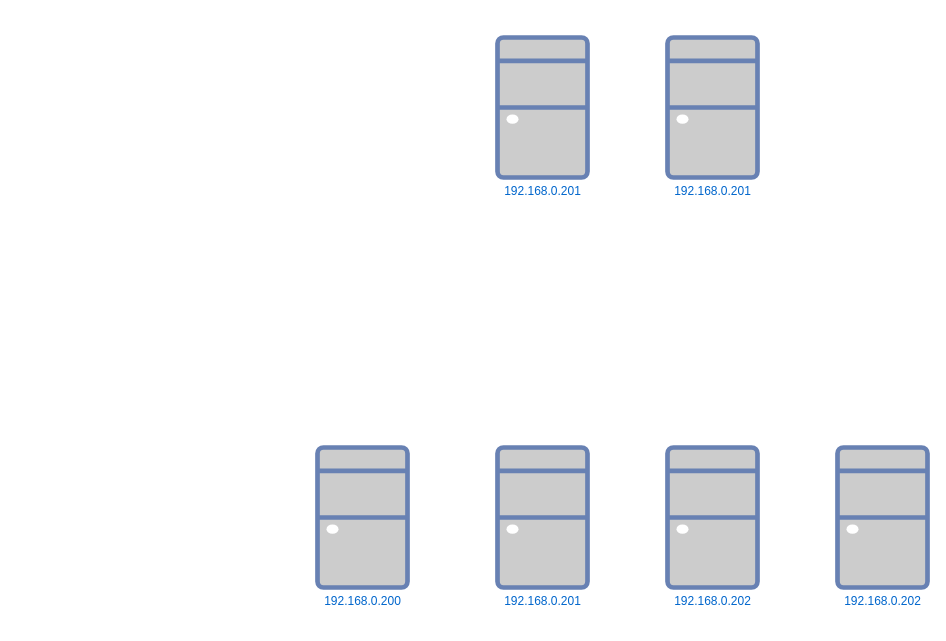
Above: network/负载均衡 keepalived.drawio in LanSeTianYe/draw (draw.io), before the change. Source tidied: cells renumbered, new cells numbered last; positions are measured from the earlier drawing's top-left corner, leaving out a move shared by most shapes. Both pictures are drawn from the tidied source at 100%, with x=0, y=0 at pixel (317, 37).
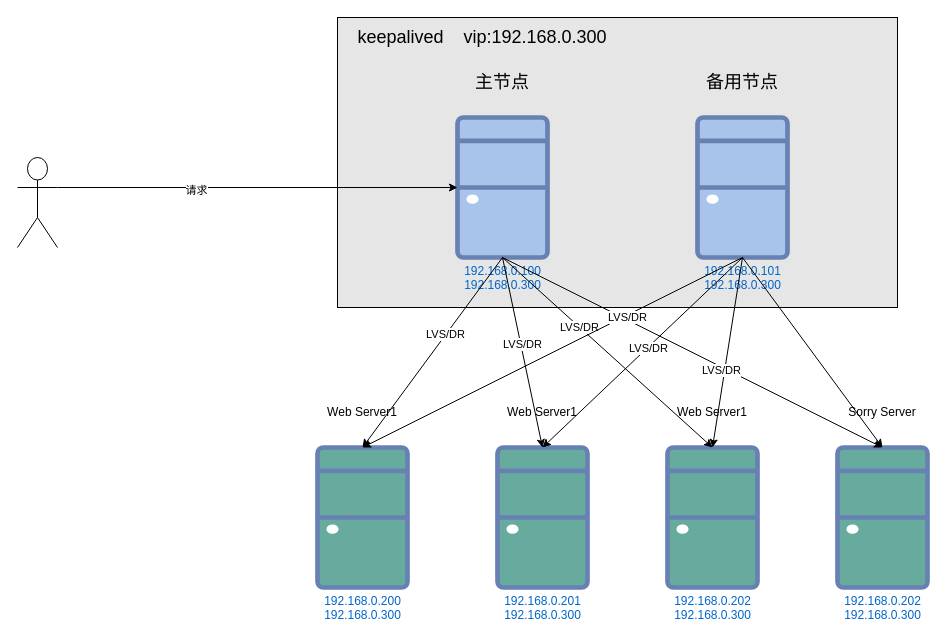
After the change.

Commit message:
更新负载均衡 keepalived.drawio

The edit, as a diff of the source:
```diff
@@
+    <mxCell id="8" style="rounded=0;whiteSpace=wrap;html=1;fillColor=#E6E6E6;" parent="1" vertex="1">
+      <mxGeometry x="20" y="-20" width="560" height="290" as="geometry" />
+    </mxCell>
-    <mxCell id="2" value="192.168.0.200" style="fontColor=#0066CC;verticalAlign=top;verticalLabelPosition=bottom;labelPosition=center;align=center;html=1;outlineConnect=0;fillColor=#CCCCCC;strokeColor=#6881B3;gradientColor=none;gradientDirection=north;strokeWidth=2;shape=mxgraph.networks.desktop_pc;" parent="1" vertex="1">
+    <mxCell id="2" value="192.168.0.200&lt;div&gt;192.168.0.300&lt;/div&gt;" style="fontColor=#0066CC;verticalAlign=top;verticalLabelPosition=bottom;labelPosition=center;align=center;html=1;outlineConnect=0;fillColor=#67AB9F;strokeColor=#6881B3;gradientColor=none;gradientDirection=north;strokeWidth=2;shape=mxgraph.networks.desktop_pc;" parent="1" vertex="1">
       <mxGeometry y="410" width="90" height="140" as="geometry" />
     </mxCell>
-    <mxCell id="3" value="192.168.0.201" style="fontColor=#0066CC;verticalAlign=top;verticalLabelPosition=bottom;labelPosition=center;align=center;html=1;outlineConnect=0;fillColor=#CCCCCC;strokeColor=#6881B3;gradientColor=none;gradientDirection=north;strokeWidth=2;shape=mxgraph.networks.desktop_pc;" parent="1" vertex="1">
+    <mxCell id="3" value="192.168.0.201&lt;div&gt;192.168.0.300&lt;/div&gt;" style="fontColor=#0066CC;verticalAlign=top;verticalLabelPosition=bottom;labelPosition=center;align=center;html=1;outlineConnect=0;fillColor=#67AB9F;strokeColor=#6881B3;gradientColor=none;gradientDirection=north;strokeWidth=2;shape=mxgraph.networks.desktop_pc;" parent="1" vertex="1">
       <mxGeometry x="180" y="410" width="90" height="140" as="geometry" />
     </mxCell>
-    <mxCell id="4" value="192.168.0.202" style="fontColor=#0066CC;verticalAlign=top;verticalLabelPosition=bottom;labelPosition=center;align=center;html=1;outlineConnect=0;fillColor=#CCCCCC;strokeColor=#6881B3;gradientColor=none;gradientDirection=north;strokeWidth=2;shape=mxgraph.networks.desktop_pc;" parent="1" vertex="1">
+    <mxCell id="4" value="192.168.0.202&lt;div&gt;192.168.0.300&lt;/div&gt;" style="fontColor=#0066CC;verticalAlign=top;verticalLabelPosition=bottom;labelPosition=center;align=center;html=1;outlineConnect=0;fillColor=#67AB9F;strokeColor=#6881B3;gradientColor=none;gradientDirection=north;strokeWidth=2;shape=mxgraph.networks.desktop_pc;" parent="1" vertex="1">
       <mxGeometry x="350" y="410" width="90" height="140" as="geometry" />
     </mxCell>
-    <mxCell id="5" value="192.168.0.202" style="fontColor=#0066CC;verticalAlign=top;verticalLabelPosition=bottom;labelPosition=center;align=center;html=1;outlineConnect=0;fillColor=#CCCCCC;strokeColor=#6881B3;gradientColor=none;gradientDirection=north;strokeWidth=2;shape=mxgraph.networks.desktop_pc;" parent="1" vertex="1">
+    <mxCell id="5" value="192.168.0.202&lt;div&gt;192.168.0.300&lt;/div&gt;" style="fontColor=#0066CC;verticalAlign=top;verticalLabelPosition=bottom;labelPosition=center;align=center;html=1;outlineConnect=0;fillColor=#67AB9F;strokeColor=#6881B3;gradientColor=none;gradientDirection=north;strokeWidth=2;shape=mxgraph.networks.desktop_pc;" parent="1" vertex="1">
       <mxGeometry x="520" y="410" width="90" height="140" as="geometry" />
     </mxCell>
-    <mxCell id="6" value="192.168.0.201" style="fontColor=#0066CC;verticalAlign=top;verticalLabelPosition=bottom;labelPosition=center;align=center;html=1;outlineConnect=0;fillColor=#CCCCCC;strokeColor=#6881B3;gradientColor=none;gradientDirection=north;strokeWidth=2;shape=mxgraph.networks.desktop_pc;" parent="1" vertex="1">
-      <mxGeometry x="180" width="90" height="140" as="geometry" />
+    <mxCell id="6" value="192.168.0.100&lt;div&gt;192.168.0.300&lt;/div&gt;" style="fontColor=#0066CC;verticalAlign=top;verticalLabelPosition=bottom;labelPosition=center;align=center;html=1;outlineConnect=0;fillColor=#A9C4EB;strokeColor=#6881B3;gradientColor=none;gradientDirection=north;strokeWidth=2;shape=mxgraph.networks.desktop_pc;" parent="1" vertex="1">
+      <mxGeometry x="140" y="80" width="90" height="140" as="geometry" />
     </mxCell>
-    <mxCell id="7" value="192.168.0.201" style="fontColor=#0066CC;verticalAlign=top;verticalLabelPosition=bottom;labelPosition=center;align=center;html=1;outlineConnect=0;fillColor=#CCCCCC;strokeColor=#6881B3;gradientColor=none;gradientDirection=north;strokeWidth=2;shape=mxgraph.networks.desktop_pc;" parent="1" vertex="1">
-      <mxGeometry x="350" width="90" height="140" as="geometry" />
+    <mxCell id="7" value="192.168.0.101&lt;div&gt;192.168.0.300&lt;/div&gt;" style="fontColor=#0066CC;verticalAlign=top;verticalLabelPosition=bottom;labelPosition=center;align=center;html=1;outlineConnect=0;fillColor=#A9C4EB;strokeColor=#6881B3;gradientColor=none;gradientDirection=north;strokeWidth=2;shape=mxgraph.networks.desktop_pc;" parent="1" vertex="1">
+      <mxGeometry x="380" y="80" width="90" height="140" as="geometry" />
     </mxCell>
+    <mxCell id="9" value="Web Server1" style="text;html=1;align=center;verticalAlign=middle;whiteSpace=wrap;rounded=0;" parent="1" vertex="1">
+      <mxGeometry y="360" width="90" height="30" as="geometry" />
+    </mxCell>
+    <mxCell id="10" value="Web Server1" style="text;html=1;align=center;verticalAlign=middle;whiteSpace=wrap;rounded=0;" parent="1" vertex="1">
+      <mxGeometry x="180" y="360" width="90" height="30" as="geometry" />
+    </mxCell>
+    <mxCell id="11" value="Web Server1" style="text;html=1;align=center;verticalAlign=middle;whiteSpace=wrap;rounded=0;" parent="1" vertex="1">
+      <mxGeometry x="350" y="360" width="90" height="30" as="geometry" />
+    </mxCell>
+    <mxCell id="12" value="Sorry Server" style="text;html=1;align=center;verticalAlign=middle;whiteSpace=wrap;rounded=0;" parent="1" vertex="1">
+      <mxGeometry x="520" y="360" width="90" height="30" as="geometry" />
+    </mxCell>
+    <mxCell id="13" style="edgeStyle=none;rounded=0;jettySize=auto;html=1;exitX=0.5;exitY=1;exitDx=0;exitDy=0;exitPerimeter=0;entryX=0.5;entryY=0;entryDx=0;entryDy=0;entryPerimeter=0;" parent="1" edge="1" source="6" target="2">
+      <mxGeometry relative="1" as="geometry" />
+    </mxCell>
+    <mxCell id="14" value="LVS/DR" style="edgeLabel;html=1;align=center;verticalAlign=middle;" parent="13" vertex="1">
+      <mxGeometry x="-0.19" y="-2" relative="1" as="geometry">
+        <mxPoint x="1" as="offset" />
+      </mxGeometry>
+    </mxCell>
+    <mxCell id="15" style="edgeStyle=none;rounded=0;jettySize=auto;html=1;exitX=0.5;exitY=1;exitDx=0;exitDy=0;exitPerimeter=0;entryX=0.5;entryY=0;entryDx=0;entryDy=0;entryPerimeter=0;" parent="1" edge="1" source="6" target="3">
+      <mxGeometry relative="1" as="geometry" />
+    </mxCell>
+    <mxCell id="16" value="LVS/DR" style="edgeLabel;html=1;align=center;verticalAlign=middle;" parent="15" vertex="1">
+      <mxGeometry x="-0.08" y="1" relative="1" as="geometry" />
+    </mxCell>
+    <mxCell id="17" style="edgeStyle=none;rounded=0;jettySize=auto;html=1;exitX=0.5;exitY=1;exitDx=0;exitDy=0;exitPerimeter=0;entryX=0.5;entryY=0;entryDx=0;entryDy=0;entryPerimeter=0;" parent="1" edge="1" source="6" target="4">
+      <mxGeometry relative="1" as="geometry" />
+    </mxCell>
+    <mxCell id="18" value="LVS/DR" style="edgeLabel;html=1;align=center;verticalAlign=middle;" parent="17" vertex="1">
+      <mxGeometry x="-0.27" relative="1" as="geometry" />
+    </mxCell>
+    <mxCell id="19" style="edgeStyle=none;rounded=0;jettySize=auto;html=1;exitX=0.5;exitY=1;exitDx=0;exitDy=0;exitPerimeter=0;entryX=0.5;entryY=0;entryDx=0;entryDy=0;entryPerimeter=0;" parent="1" edge="1" source="7" target="2">
+      <mxGeometry relative="1" as="geometry" />
+    </mxCell>
+    <mxCell id="20" style="edgeStyle=none;rounded=0;jettySize=auto;html=1;exitX=0.5;exitY=1;exitDx=0;exitDy=0;exitPerimeter=0;entryX=0.5;entryY=0;entryDx=0;entryDy=0;entryPerimeter=0;" parent="1" edge="1" source="7" target="3">
+      <mxGeometry relative="1" as="geometry" />
+    </mxCell>
+    <mxCell id="21" value="LVS/DR" style="edgeLabel;html=1;align=center;verticalAlign=middle;" parent="20" vertex="1">
+      <mxGeometry x="-0.05" relative="1" as="geometry" />
+    </mxCell>
+    <mxCell id="22" style="edgeStyle=none;rounded=0;jettySize=auto;html=1;exitX=0.5;exitY=1;exitDx=0;exitDy=0;exitPerimeter=0;entryX=0.5;entryY=0;entryDx=0;entryDy=0;entryPerimeter=0;" parent="1" edge="1" source="7" target="4">
+      <mxGeometry relative="1" as="geometry" />
+    </mxCell>
+    <mxCell id="23" style="edgeStyle=none;rounded=0;jettySize=auto;html=1;exitX=0.5;exitY=1;exitDx=0;exitDy=0;exitPerimeter=0;entryX=0.5;entryY=0;entryDx=0;entryDy=0;entryPerimeter=0;" parent="1" edge="1" source="6" target="5">
+      <mxGeometry relative="1" as="geometry" />
+    </mxCell>
+    <mxCell id="24" value="LVS/DR" style="edgeLabel;html=1;align=center;verticalAlign=middle;" parent="23" vertex="1">
+      <mxGeometry x="-0.35" y="2" relative="1" as="geometry" />
+    </mxCell>
+    <mxCell id="25" value="LVS/DR" style="edgeLabel;html=1;align=center;verticalAlign=middle;" parent="23" vertex="1">
+      <mxGeometry x="0.16" y="-3" relative="1" as="geometry" />
+    </mxCell>
+    <mxCell id="26" style="edgeStyle=none;rounded=0;jettySize=auto;html=1;exitX=0.5;exitY=1;exitDx=0;exitDy=0;exitPerimeter=0;entryX=0.5;entryY=0;entryDx=0;entryDy=0;entryPerimeter=0;" parent="1" edge="1" source="7" target="5">
+      <mxGeometry relative="1" as="geometry" />
+    </mxCell>
+    <mxCell id="27" value="&lt;font style=&quot;font-size: 18px;&quot;&gt;主节点&lt;/font&gt;" style="text;html=1;align=center;verticalAlign=middle;whiteSpace=wrap;rounded=0;" parent="1" vertex="1">
+      <mxGeometry x="140" y="30" width="90" height="30" as="geometry" />
+    </mxCell>
+    <mxCell id="28" value="&lt;font style=&quot;font-size: 18px;&quot;&gt;备用节点&lt;/font&gt;" style="text;html=1;align=center;verticalAlign=middle;whiteSpace=wrap;rounded=0;" parent="1" vertex="1">
+      <mxGeometry x="370" y="30" width="110" height="30" as="geometry" />
+    </mxCell>
+    <mxCell id="29" value="&lt;font style=&quot;font-size: 18px;&quot;&gt;keepalived&amp;nbsp; &amp;nbsp; vip:192.168.0.300&lt;/font&gt;" style="text;html=1;align=center;verticalAlign=middle;whiteSpace=wrap;rounded=0;" parent="1" vertex="1">
+      <mxGeometry x="20" y="-10" width="290" height="20" as="geometry" />
+    </mxCell>
+    <mxCell id="30" style="edgeStyle=none;rounded=0;jettySize=auto;html=1;exitX=1;exitY=0.3333333333333333;exitDx=0;exitDy=0;exitPerimeter=0;" parent="1" edge="1" source="32" target="6">
+      <mxGeometry relative="1" as="geometry" />
+    </mxCell>
+    <mxCell id="31" value="请求" style="edgeLabel;html=1;align=center;verticalAlign=middle;" parent="30" vertex="1">
+      <mxGeometry x="-0.31" y="-2" relative="1" as="geometry" />
+    </mxCell>
+    <mxCell id="32" style="shape=umlActor;verticalLabelPosition=bottom;verticalAlign=top;html=1;outlineConnect=0;" parent="1" vertex="1">
+      <mxGeometry x="-300" y="120" width="40" height="90" as="geometry" />
+    </mxCell>
+    <mxCell id="33" style="edgeStyle=none;rounded=0;orthogonalLoop=1;jettySize=auto;html=1;exitX=0.75;exitY=0;exitDx=0;exitDy=0;" parent="1" edge="1" source="29" target="29">
+      <mxGeometry relative="1" as="geometry" />
+    </mxCell>
```
